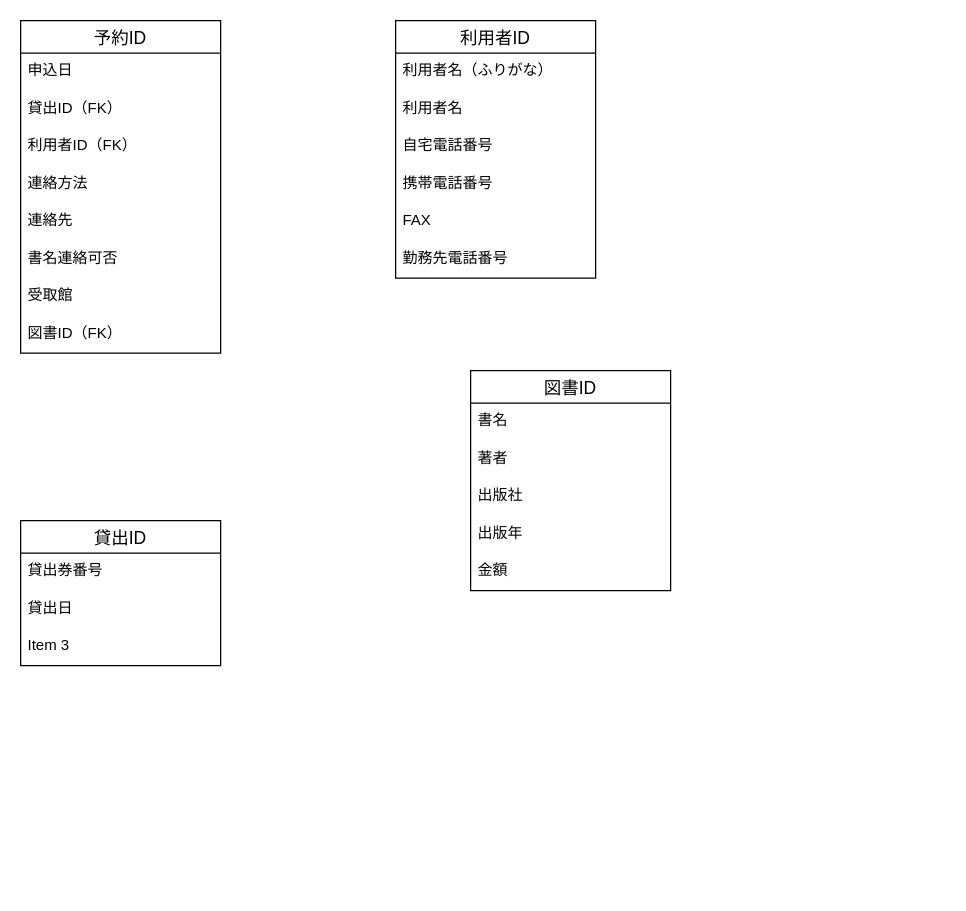
Earlier version of the draw.io diagram 名称未設定ファイル.drawio (e6i24vi/fjord_practice). Source tidied: cells renumbered, new cells numbered last; positions are measured from the earlier drawing's top-left corner, leaving out a move shared by most shapes. Both pictures are drawn from the tidied source at 125%, with x=0, y=0 at pixel (20, 20).
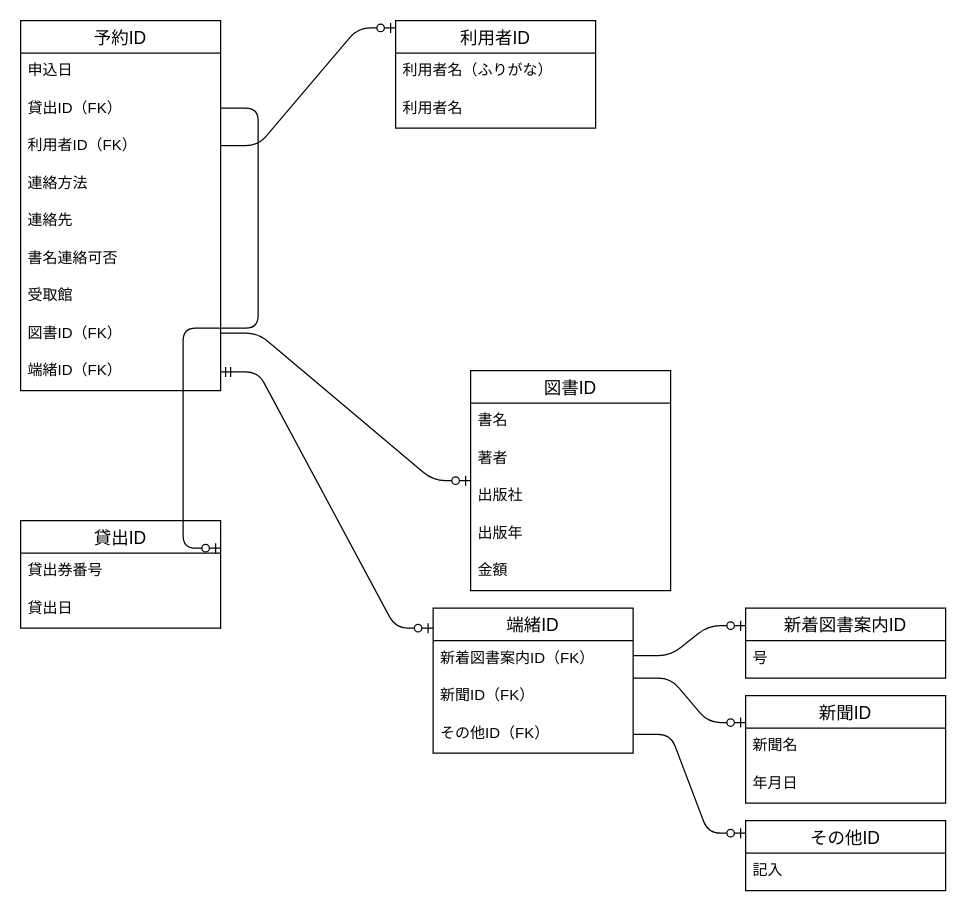
Above is the later version.

Commit message:
名称未設定ファイル.drawio を更新します

Unchanged cells that the change refers to:
```xml
<mxCell id="22" value="図書ID" style="swimlane;fontStyle=0;horizontal=1;startSize=26;align=center;fontSize=14;" parent="1" vertex="1">
  <mxGeometry x="360" y="280" width="160" height="176" as="geometry" />
</mxCell>
```

Change to the diagram source:
```diff
@@
     <mxCell id="2" value="予約ID" style="swimlane;fontStyle=0;horizontal=1;startSize=26;align=center;fontSize=14;" parent="1" vertex="1">
-      <mxGeometry width="160" height="266" as="geometry" />
+      <mxGeometry width="160" height="296" as="geometry" />
     </mxCell>
@@
+    <mxCell id="28" value="端緒ID（FK）" style="text;strokeColor=none;fillColor=none;spacingLeft=4;spacingRight=4;overflow=hidden;points=[[0,0.5],[1,0.5]];portConstraint=eastwest;fontSize=12;" parent="2" vertex="1">
+      <mxGeometry y="266" width="160" height="30" as="geometry" />
+    </mxCell>
     <mxCell id="11" value="貸出ID" style="swimlane;fontStyle=0;horizontal=1;startSize=26;align=center;fontSize=14;" parent="1" vertex="1">
-      <mxGeometry y="400" width="160" height="116" as="geometry" />
+      <mxGeometry y="400" width="160" height="86" as="geometry" />
     </mxCell>
@@
-    <mxCell id="14" value="Item 3" style="text;strokeColor=none;fillColor=none;spacingLeft=4;spacingRight=4;overflow=hidden;fontSize=12;" parent="11" vertex="1">
-      <mxGeometry y="86" width="160" height="30" as="geometry" />
-    </mxCell>
     <mxCell id="15" value="利用者ID" style="swimlane;fontStyle=0;horizontal=1;startSize=26;align=center;fontSize=14;" parent="1" vertex="1">
-      <mxGeometry x="300" width="160" height="206" as="geometry" />
+      <mxGeometry x="300" width="160" height="86" as="geometry" />
     </mxCell>
@@
-    <mxCell id="18" value="自宅電話番号" style="text;strokeColor=none;fillColor=none;spacingLeft=4;spacingRight=4;overflow=hidden;fontSize=12;" parent="15" vertex="1">
-      <mxGeometry y="86" width="160" height="30" as="geometry" />
-    </mxCell>
-    <mxCell id="19" value="携帯電話番号" style="text;strokeColor=none;fillColor=none;spacingLeft=4;spacingRight=4;overflow=hidden;fontSize=12;" parent="15" vertex="1">
-      <mxGeometry y="116" width="160" height="30" as="geometry" />
-    </mxCell>
-    <mxCell id="20" value="FAX" style="text;strokeColor=none;fillColor=none;spacingLeft=4;spacingRight=4;overflow=hidden;fontSize=12;" parent="15" vertex="1">
-      <mxGeometry y="146" width="160" height="30" as="geometry" />
-    </mxCell>
-    <mxCell id="21" value="勤務先電話番号" style="text;strokeColor=none;fillColor=none;spacingLeft=4;spacingRight=4;overflow=hidden;fontSize=12;" parent="15" vertex="1">
-      <mxGeometry y="176" width="160" height="30" as="geometry" />
-    </mxCell>
@@
+    <mxCell id="29" value="端緒ID" style="swimlane;fontStyle=0;horizontal=1;startSize=26;align=center;fontSize=14;" parent="1" vertex="1">
+      <mxGeometry x="330" y="470" width="160" height="116" as="geometry" />
+    </mxCell>
+    <mxCell id="30" value="新着図書案内ID（FK）" style="text;strokeColor=none;fillColor=none;spacingLeft=4;spacingRight=4;overflow=hidden;fontSize=12;" parent="29" vertex="1">
+      <mxGeometry y="26" width="160" height="30" as="geometry" />
+    </mxCell>
+    <mxCell id="31" value="新聞ID（FK）" style="text;strokeColor=none;fillColor=none;spacingLeft=4;spacingRight=4;overflow=hidden;fontSize=12;" parent="29" vertex="1">
+      <mxGeometry y="56" width="160" height="30" as="geometry" />
+    </mxCell>
+    <mxCell id="32" value="その他ID（FK）" style="text;strokeColor=none;fillColor=none;spacingLeft=4;spacingRight=4;overflow=hidden;points=[[0,0.5],[1,0.5]];portConstraint=eastwest;fontSize=12;" parent="29" vertex="1">
+      <mxGeometry y="86" width="160" height="30" as="geometry" />
+    </mxCell>
+    <mxCell id="33" value="新着図書案内ID" style="swimlane;fontStyle=0;horizontal=1;startSize=26;align=center;fontSize=14;" parent="1" vertex="1">
+      <mxGeometry x="580" y="470" width="160" height="56" as="geometry" />
+    </mxCell>
+    <mxCell id="34" value="号" style="text;strokeColor=none;fillColor=none;spacingLeft=4;spacingRight=4;overflow=hidden;fontSize=12;" parent="33" vertex="1">
+      <mxGeometry y="26" width="160" height="30" as="geometry" />
+    </mxCell>
+    <mxCell id="35" value="新聞ID" style="swimlane;fontStyle=0;horizontal=1;startSize=26;align=center;fontSize=14;" parent="1" vertex="1">
+      <mxGeometry x="580" y="540" width="160" height="86" as="geometry" />
+    </mxCell>
+    <mxCell id="36" value="新聞名" style="text;strokeColor=none;fillColor=none;spacingLeft=4;spacingRight=4;overflow=hidden;fontSize=12;" parent="35" vertex="1">
+      <mxGeometry y="26" width="160" height="30" as="geometry" />
+    </mxCell>
+    <mxCell id="37" value="年月日" style="text;strokeColor=none;fillColor=none;spacingLeft=4;spacingRight=4;overflow=hidden;fontSize=12;" parent="35" vertex="1">
+      <mxGeometry y="56" width="160" height="30" as="geometry" />
+    </mxCell>
+    <mxCell id="38" value="その他ID" style="swimlane;fontStyle=0;horizontal=1;startSize=26;align=center;fontSize=14;" parent="1" vertex="1">
+      <mxGeometry x="580" y="640" width="160" height="56" as="geometry" />
+    </mxCell>
+    <mxCell id="39" value="記入" style="text;strokeColor=none;fillColor=none;spacingLeft=4;spacingRight=4;overflow=hidden;fontSize=12;" parent="38" vertex="1">
+      <mxGeometry y="26" width="160" height="30" as="geometry" />
+    </mxCell>
+    <mxCell id="40" style="edgeStyle=entityRelationEdgeStyle;fontSize=12;html=1;endArrow=ERzeroToOne;endFill=1;entryX=0;entryY=0.25;entryDx=0;entryDy=0;" parent="1" edge="1" target="33">
+      <mxGeometry relative="1" as="geometry">
+        <mxPoint x="490" y="508" as="sourcePoint" />
+      </mxGeometry>
+    </mxCell>
+    <mxCell id="41" style="edgeStyle=entityRelationEdgeStyle;fontSize=12;html=1;endArrow=ERzeroToOne;endFill=1;entryX=0;entryY=0.25;entryDx=0;entryDy=0;" parent="1" edge="1" target="35">
+      <mxGeometry relative="1" as="geometry">
+        <mxPoint x="490" y="526" as="sourcePoint" />
+      </mxGeometry>
+    </mxCell>
+    <mxCell id="42" style="edgeStyle=entityRelationEdgeStyle;fontSize=12;html=1;endArrow=ERzeroToOne;endFill=1;exitX=1;exitY=0.5;exitDx=0;exitDy=0;" parent="1" edge="1" source="32">
+      <mxGeometry relative="1" as="geometry">
+        <mxPoint x="580" y="650" as="targetPoint" />
+      </mxGeometry>
+    </mxCell>
+    <mxCell id="43" style="edgeStyle=entityRelationEdgeStyle;fontSize=12;html=1;endArrow=ERzeroToOne;endFill=1;" parent="1" edge="1">
+      <mxGeometry relative="1" as="geometry">
+        <mxPoint x="160" y="70" as="sourcePoint" />
+        <mxPoint x="160" y="422" as="targetPoint" />
+      </mxGeometry>
+    </mxCell>
+    <mxCell id="44" style="edgeStyle=entityRelationEdgeStyle;fontSize=12;html=1;endArrow=ERzeroToOne;endFill=1;entryX=0;entryY=0.068;entryDx=0;entryDy=0;entryPerimeter=0;" parent="1" edge="1" target="15">
+      <mxGeometry relative="1" as="geometry">
+        <mxPoint x="160" y="100" as="sourcePoint" />
+      </mxGeometry>
+    </mxCell>
+    <mxCell id="45" style="edgeStyle=entityRelationEdgeStyle;fontSize=12;html=1;endArrow=ERzeroToOne;endFill=1;" parent="1" edge="1" target="22">
+      <mxGeometry relative="1" as="geometry">
+        <mxPoint x="160" y="250" as="sourcePoint" />
+      </mxGeometry>
+    </mxCell>
+    <mxCell id="46" style="edgeStyle=entityRelationEdgeStyle;fontSize=12;html=1;endArrow=ERzeroToOne;startArrow=ERmandOne;exitX=1;exitY=0.5;exitDx=0;exitDy=0;" parent="1" edge="1" source="28">
+      <mxGeometry relative="1" as="geometry">
+        <mxPoint x="330" y="486" as="targetPoint" />
+      </mxGeometry>
+    </mxCell>
```
